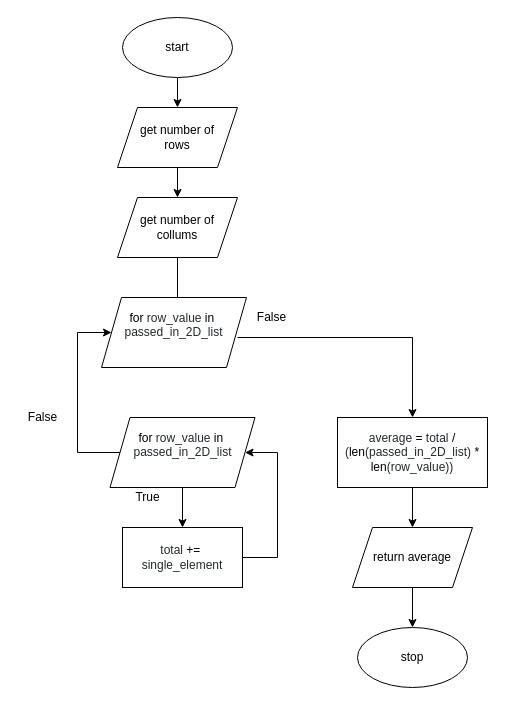
Huzaifa-Khalid-2/ICS3U-Unit6-04-Python keeps this draw.io diagram as flowchart.drawio. Above is the earlier version. Source tidied: cells renumbered, new cells numbered last; positions are measured from the earlier drawing's top-left corner, leaving out a move shared by most shapes. Both pictures are drawn from the tidied source at 100%, with x=0, y=0 at pixel (17, 17).
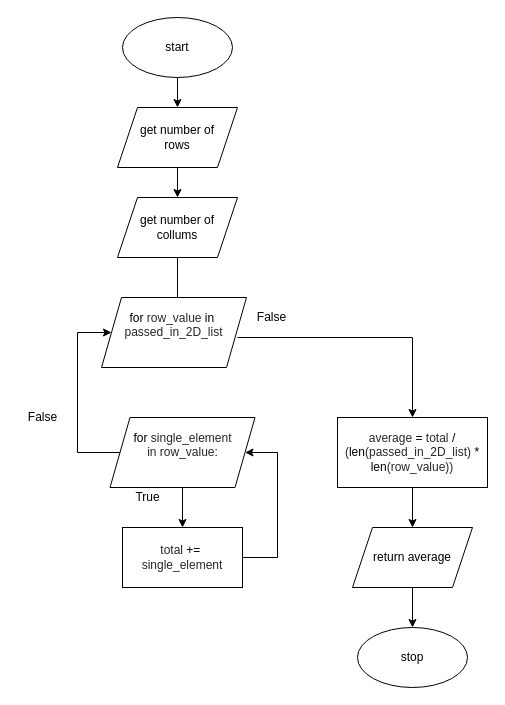
After the change.

Change to the diagram source:
```diff
@@
-    <mxCell id="22" value="&lt;span class=&quot;pl-k&quot; style=&quot;box-sizing: border-box&quot;&gt;for&lt;/span&gt;&lt;span style=&quot;color: rgb(36 , 41 , 47)&quot;&gt;&amp;nbsp;&lt;/span&gt;&lt;span class=&quot;pl-s1&quot; style=&quot;box-sizing: border-box ; color: rgb(36 , 41 , 47)&quot;&gt;row_value&lt;/span&gt;&lt;span style=&quot;color: rgb(36 , 41 , 47)&quot;&gt;&amp;nbsp;&lt;/span&gt;&lt;span class=&quot;pl-c1&quot; style=&quot;box-sizing: border-box&quot;&gt;in&lt;/span&gt;&lt;span style=&quot;color: rgb(36 , 41 , 47)&quot;&gt;&amp;nbsp;&lt;br&gt;&lt;/span&gt;&lt;span class=&quot;pl-s1&quot; style=&quot;box-sizing: border-box ; color: rgb(36 , 41 , 47)&quot;&gt;passed_in_2D_list&lt;br&gt;&lt;br&gt;&lt;/span&gt;" style="shape=parallelogram;perimeter=parallelogramPerimeter;whiteSpace=wrap;html=1;fixedSize=1;" parent="1" vertex="1">
+    <mxCell id="22" value="&lt;span class=&quot;pl-k&quot; style=&quot;box-sizing: border-box&quot;&gt;for&lt;/span&gt;&lt;span style=&quot;color: rgb(36 , 41 , 47)&quot;&gt;&amp;nbsp;single_element in&amp;nbsp;&lt;/span&gt;&lt;span class=&quot;pl-s1&quot; style=&quot;box-sizing: border-box ; color: rgb(36 , 41 , 47)&quot;&gt;row_value:&lt;/span&gt;&lt;span class=&quot;pl-s1&quot; style=&quot;box-sizing: border-box ; color: rgb(36 , 41 , 47)&quot;&gt;&lt;br&gt;&lt;br&gt;&lt;/span&gt;" style="shape=parallelogram;perimeter=parallelogramPerimeter;whiteSpace=wrap;html=1;fixedSize=1;" parent="1" vertex="1">
       <mxGeometry x="92.5" y="400" width="145" height="70" as="geometry" />
     </mxCell>
```
